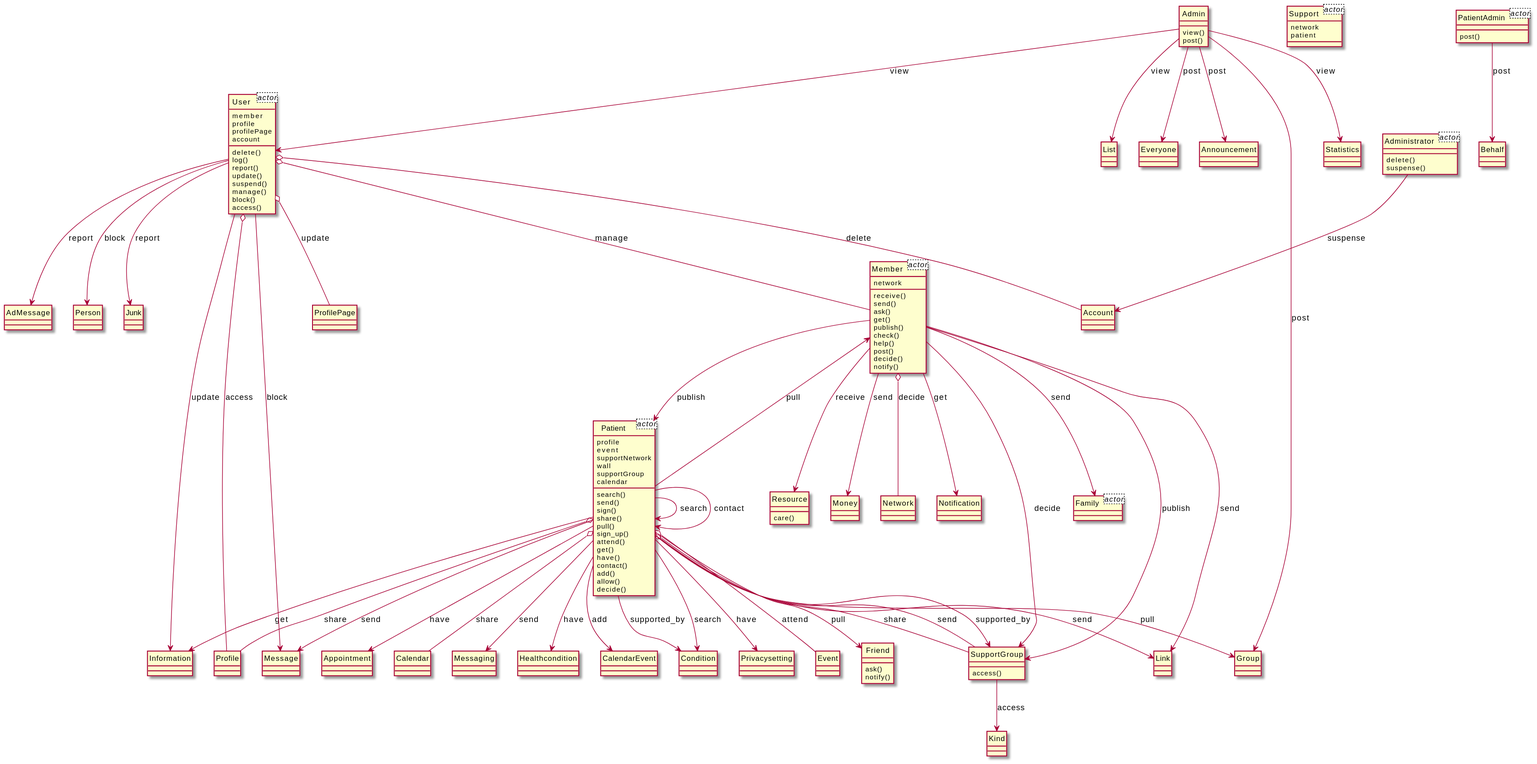
xixixhalu/DomainModelExtractor keeps this PlantUML diagram as output/diagram_5/2018-USC-Project06.svg. Above is the earlier version.
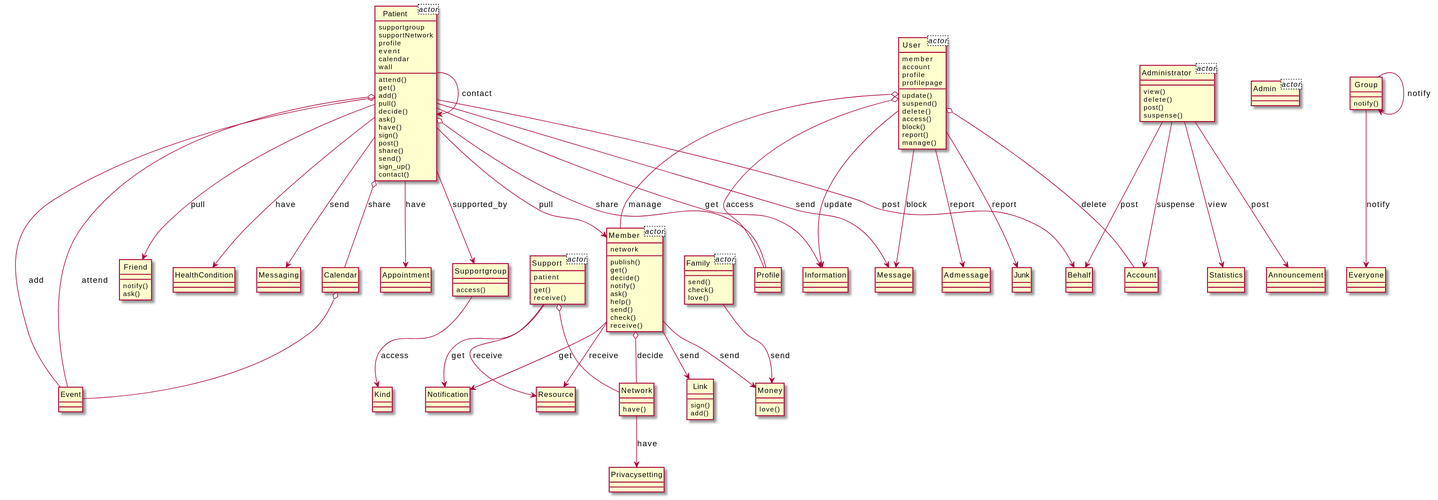
The same file after the commit.

Change to the diagram source:
```diff
@@ -2,20 +2,19 @@
 hide circle
 class User<actor> {
 	member
+	account
 	profile
-	profilePage
-	account
+	profilepage
 }
 class Patient<actor> {
+	supportgroup
+	supportNetwork
 	profile
 	event
-	supportNetwork
+	calendar
 	wall
-	supportGroup
-	calendar
 }
 class Support<actor> {
-	network
 	patient
 }
 class Administrator<actor> {
@@ -25,168 +24,153 @@
 class Member<actor> {
 	network
 }
-class PatientAdmin<actor> {
+class Admin<actor> {
+}
+class Money {
+	love()
+}
+class Member {
+	publish()
+	get()
+	decide()
+	notify()
+	ask()
+	help()
+	send()
+	check()
+	receive()
+}
+class Network {
+	have()
+}
+class Family {
+	send()
+	check()
+	love()
+}
+class Notification {
+}
+class Supportgroup {
+	access()
+}
+class Kind {
 }
 class Patient {
-	search()
-	send()
-	sign()
-	share()
-	pull()
-	sign_up()
 	attend()
 	get()
+	add()
+	pull()
+	decide()
+	ask()
 	have()
+	sign()
+	post()
+	share()
+	send()
+	sign_up()
 	contact()
-	add()
-	allow()
-	decide()
+}
+class Information {
+}
+class Event {
+}
+class Support {
+	get()
+	receive()
+}
+class Friend {
+	notify()
+	ask()
 }
 class User {
-	delete()
-	log()
-	report()
 	update()
 	suspend()
+	delete()
+	access()
+	block()
+	report()
 	manage()
-	block()
-	access()
-}
-class ProfilePage {
-}
-class AdMessage {
-}
-class Person {
-}
-class Junk {
-}
-class Profile {
-}
-class Message {
-}
-class Admin {
-	view()
-	post()
-}
-class List {
-}
-class Member {
-	receive()
-	send()
-	ask()
-	get()
-	publish()
-	check()
-	help()
-	post()
-	decide()
-	notify()
-}
-class Administrator {
-	delete()
-	suspense()
-}
-class Account {
-}
-class PatientAdmin {
-	post()
 }
 class Link {
+	sign()
+	add()
 }
-class Friend {
-	ask()
+class Group {
 	notify()
-}
-class SupportGroup {
-	access()
-}
-class Resource {
-	care()
-}
-class Appointment {
 }
 class Everyone {
 }
-class Announcement {
-}
-class Information {
-}
-class Calendar {
-}
-class Messaging {
-}
-class Money {
-}
-class Healthcondition {
-}
-class CalendarEvent {
-}
-class Condition {
-}
-class Group {
-}
-class Family {
+class Administrator {
+	view()
+	delete()
+	post()
+	suspense()
 }
 class Behalf {
 }
 class Privacysetting {
 }
-class Event {
+class Profile {
 }
-class Kind {
+class Account {
+}
+class Resource {
 }
 class Statistics {
 }
-class Network {
+class Calendar {
 }
-class Notification {
+class Appointment {
 }
-Admin --> User : view
-User --> Person : block
-Patient --> Healthcondition : have
+class Message {
+}
+class HealthCondition {
+}
+class Admessage {
+}
+class Messaging {
+}
+class Announcement {
+}
+class Junk {
+}
+Member --> Notification : get
+User --> Message : block
+User o-- Profile : access
+User --> Information : update
+User o-- Member : manage
+Supportgroup --> Kind : access
+Patient --> HealthCondition : have
+Patient --> Behalf : post
+Support --> Resource : receive
+Member --> Money : send
+Administrator --> Account : suspense
+Network --> Privacysetting : have
+Patient --> Patient : contact
+Patient --> Message : send
+Patient --> Information : get
+Patient o-- Event : add
 Patient o-- Profile : share
-Patient --> Patient : search
-Patient o-- SupportGroup : share
+User --> Admessage : report
+Patient o-- Event : attend
+User o-- Account : delete
+Support --> Notification : get
+Patient --> Messaging : send
+Member --> Resource : receive
+Administrator --> Announcement : post
+Support o-- Network
+Group --> Group : notify
+Administrator --> Statistics : view
+Member --> Link : send
 User --> Junk : report
-Patient --> CalendarEvent : add
-SupportGroup --> Kind : access
-User o-- Profile : access
-Member --> Patient : publish
-Patient o-- Event : attend
-User o-- Member : manage
-Patient --> Group : pull
+Patient --> Supportgroup : supported_by
+Member o-- Network : decide
+Patient o-- Calendar : share
+Group --> Everyone : notify
+Patient --> Friend : pull
+Calendar o-- Event
+Administrator --> Behalf : post
+Patient --> Appointment : have
 Patient --> Member : pull
-Patient --> Condition : search
-Patient --> Appointment : have
-Patient --> Message : send
-Member --> Link : send
-Admin --> Statistics : view
-Patient o-- SupportGroup : send
-Patient --> SupportGroup : supported_by
-Member --> SupportGroup : decide
-Admin --> Everyone : post
-Admin --> List : view
-Admin --> Group : post
-Admin --> Announcement : post
-Member o-- Network : decide
-Member --> Resource : receive
-User --> Information : update
-Member --> Notification : get
-Patient --> Condition : supported_by
-Member --> Family : send
-Administrator --> Account : suspense
-Patient --> Information : get
-Patient o-- Calendar : share
-User --> Message : block
-Patient --> Friend : pull
-Patient --> Patient : contact
-Patient --> Messaging : send
-PatientAdmin --> Behalf : post
-Patient --> Link : send
-User o-- ProfilePage : update
-Member --> Money : send
-User o-- Account : delete
-Patient --> Privacysetting : have
-Member --> SupportGroup : publish
-User --> AdMessage : report
+Family --> Money : send
 @enduml
```
